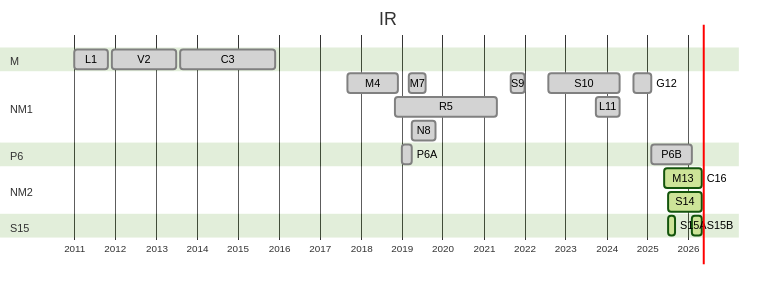
Earlier version of the Mermaid export content/notes/ir/irg.png (nikthink/nikthink.net). Its source is kept beside it as content/notes/ir/irg.mmd.
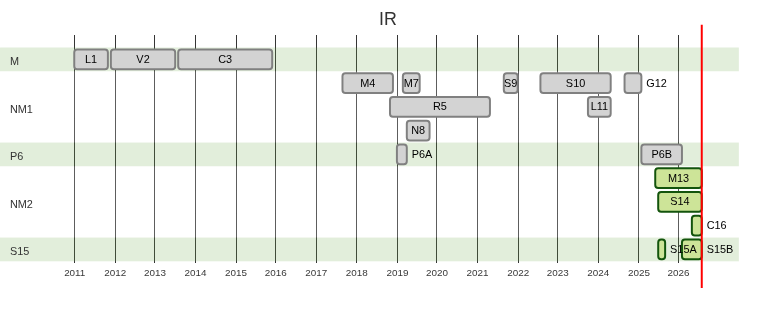
After the change.

Diff of the diagram source:
```diff
@@ -27,9 +27,9 @@
         P6A   : done,   2019-01, 2019-04
         P6B   : done,   2025-02, 2026-02
     section NM2
-        M13   : active, 2025-06, 2026-05
-        S14   : active, 2025-07, 2026-05
-        C16   : active, 2026-05, 2026-05
+        M13   : active, 2025-06, 2026-08
+        S14   : active, 2025-07, 2026-08
+        C16   : active, 2026-05, 2026-08
     section S15
         S15A  : active, 2025-07, 2025-09
-        S15B  : active, 2026-02, 2026-05
+        S15B  : active, 2026-02, 2026-08
```
